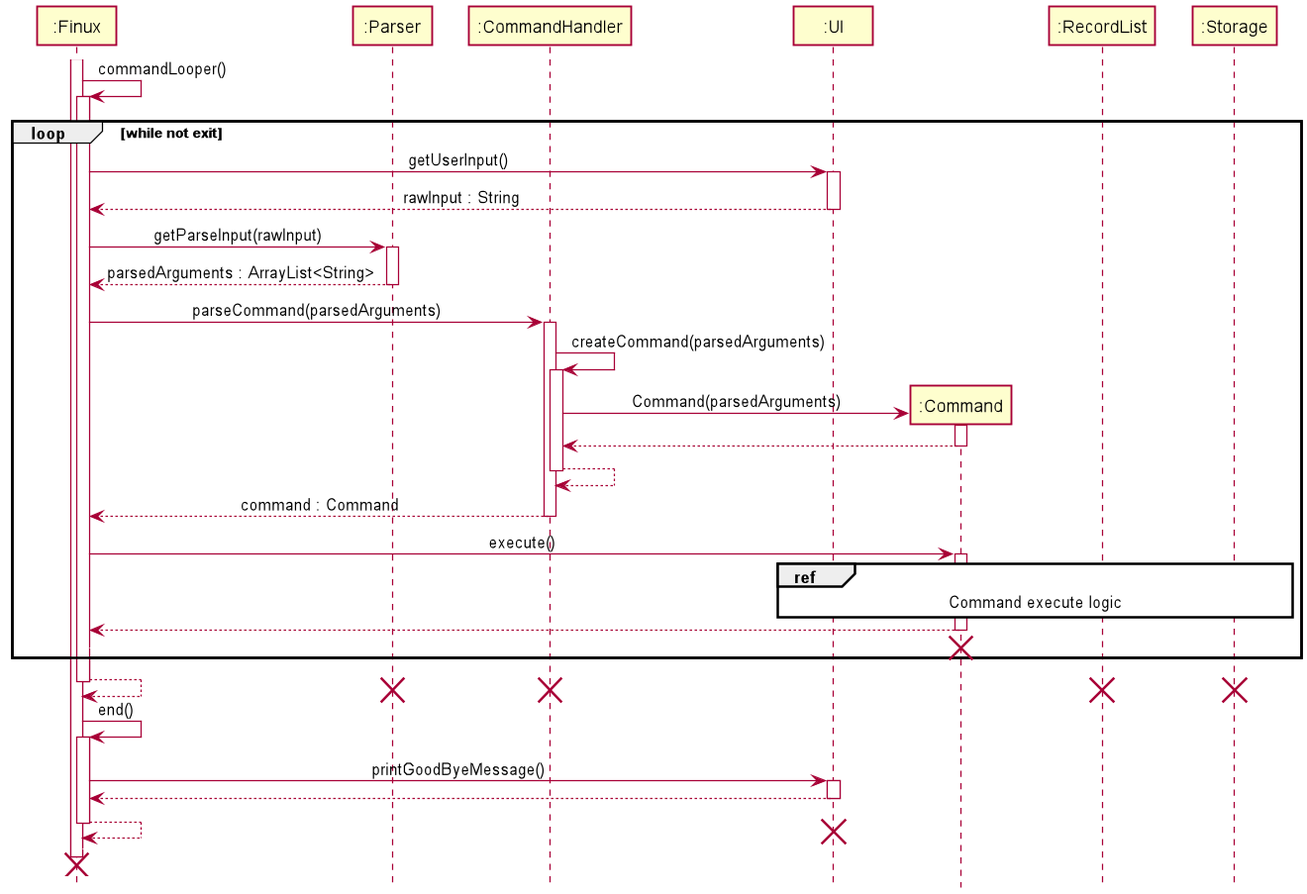
The PlantUML diagram docs/img/CommandLooperSequenceDiagram.png in nus-cs2113-AY2021S2/tp, before a commit.
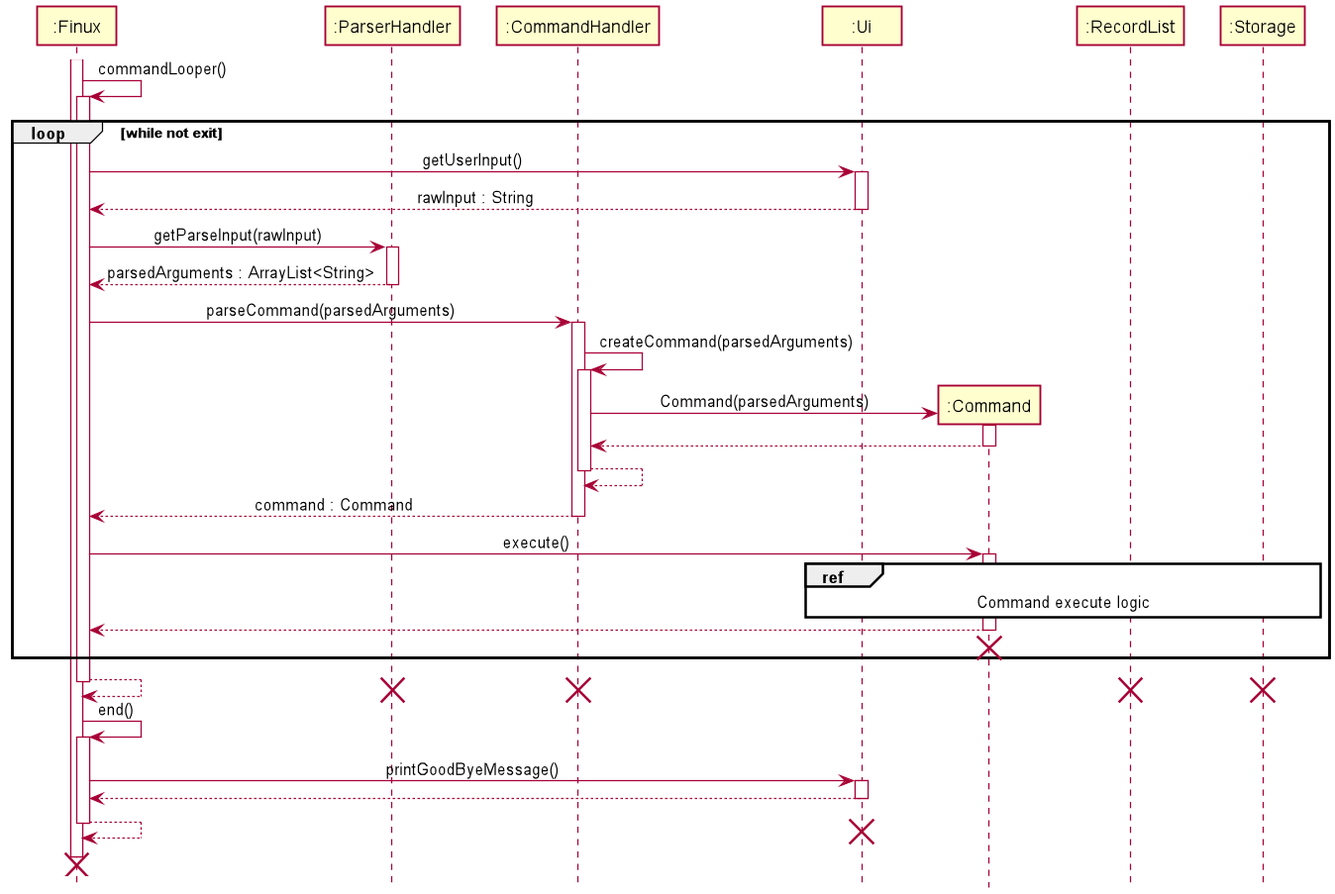
After the change.

Diff of the diagram source:
```diff
@@ -2,9 +2,9 @@
 !include style.puml
 
 Participant ":Finux" as Finux
-Participant ":Parser" as ParserHandler
+Participant ":ParserHandler" as ParserHandler
 Participant ":CommandHandler" as CommandHandler
-Participant ":UI" as UI
+Participant ":Ui" as UI
 Participant ":Command" as Command
 Participant ":RecordList" as RecordList
 Participant ":Storage" as Storage
@@ -44,7 +44,7 @@
     ref over Command, RecordList, Storage, UI : Command execute logic
     Command --> Finux
     deactivate Command
-    Command --[#white]> Finux
+    Command --[hidden]> Finux
     destroy Command
 end
 Finux --> Finux
@@ -65,7 +65,7 @@
 deactivate Finux
 
 destroy UI
-Finux --[#white]> Finux
+Finux --[hidden]> Finux
 destroy Finux
 
 @enduml
```
